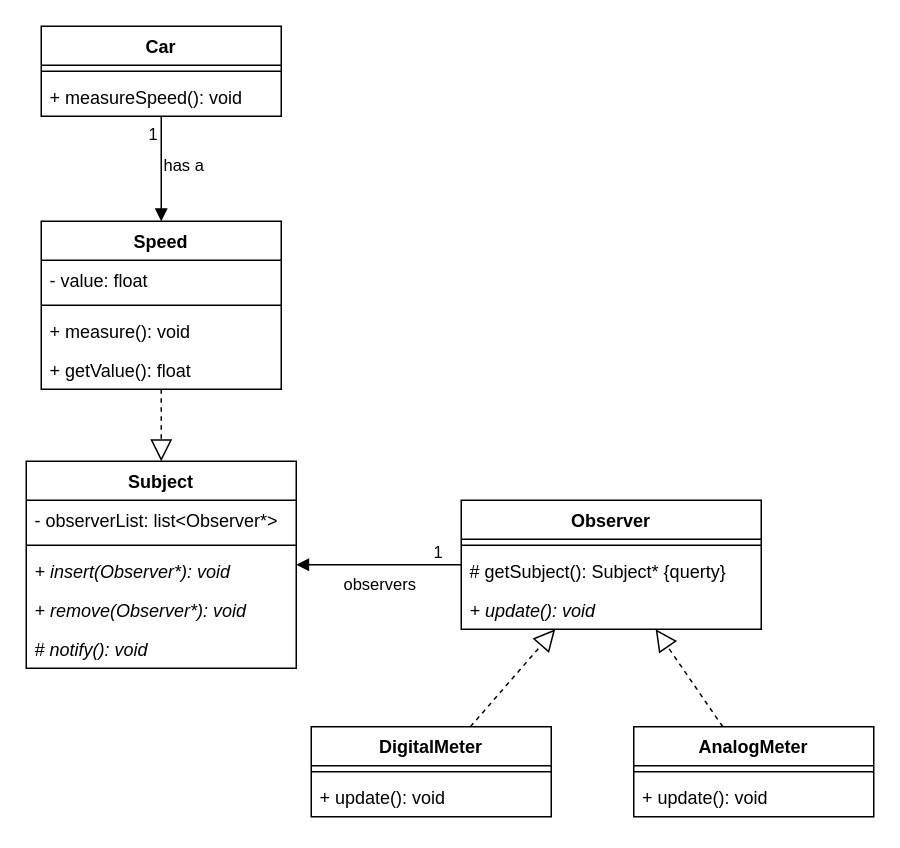
Earlier version of the draw.io diagram design/Class-Diagram.drawio (wouterdebruijn/HHS-SWADP). Source tidied: cells renumbered, new cells numbered last; positions are measured from the earlier drawing's top-left corner, leaving out a move shared by most shapes. Both pictures are drawn from the tidied source at 150%, with x=0, y=0 at pixel (26, 26).
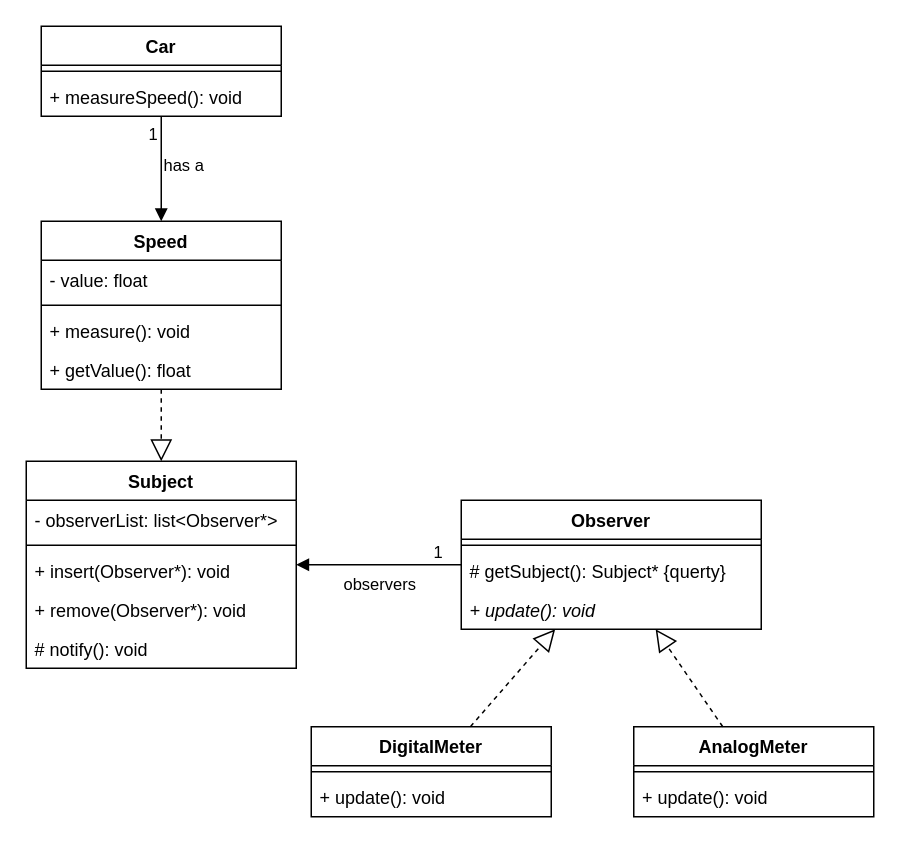
The same diagram, later.

Commit message:
:memo: Only made pure virtuals italic

Unchanged cells that the change refers to:
```xml
<mxCell id="10" value="Subject" style="swimlane;fontStyle=1;align=center;verticalAlign=top;horizontal=1;startSize=26;" parent="1" vertex="1">
  <mxGeometry y="290" width="180" height="138" as="geometry" />
</mxCell>
```

Diff of the diagram source:
```diff
@@
-    <mxCell id="13" value="+ insert(Observer*): void" style="text;strokeColor=none;fillColor=none;align=left;verticalAlign=top;spacingLeft=4;spacingRight=4;overflow=hidden;fontStyle=2;" parent="10" vertex="1">
+    <mxCell id="13" value="+ insert(Observer*): void" style="text;strokeColor=none;fillColor=none;align=left;verticalAlign=top;spacingLeft=4;spacingRight=4;overflow=hidden;fontStyle=0;" parent="10" vertex="1">
       <mxGeometry y="60" width="180" height="26" as="geometry" />
     </mxCell>
-    <mxCell id="14" value="+ remove(Observer*): void" style="text;strokeColor=none;fillColor=none;align=left;verticalAlign=top;spacingLeft=4;spacingRight=4;overflow=hidden;fontStyle=2;" parent="10" vertex="1">
+    <mxCell id="14" value="+ remove(Observer*): void" style="text;strokeColor=none;fillColor=none;align=left;verticalAlign=top;spacingLeft=4;spacingRight=4;overflow=hidden;fontStyle=0;" parent="10" vertex="1">
       <mxGeometry y="86" width="180" height="26" as="geometry" />
     </mxCell>
-    <mxCell id="15" value="# notify(): void" style="text;strokeColor=none;fillColor=none;align=left;verticalAlign=top;spacingLeft=4;spacingRight=4;overflow=hidden;fontStyle=2;" parent="10" vertex="1">
+    <mxCell id="15" value="# notify(): void" style="text;strokeColor=none;fillColor=none;align=left;verticalAlign=top;spacingLeft=4;spacingRight=4;overflow=hidden;fontStyle=0;" parent="10" vertex="1">
       <mxGeometry y="112" width="180" height="26" as="geometry" />
     </mxCell>
```
